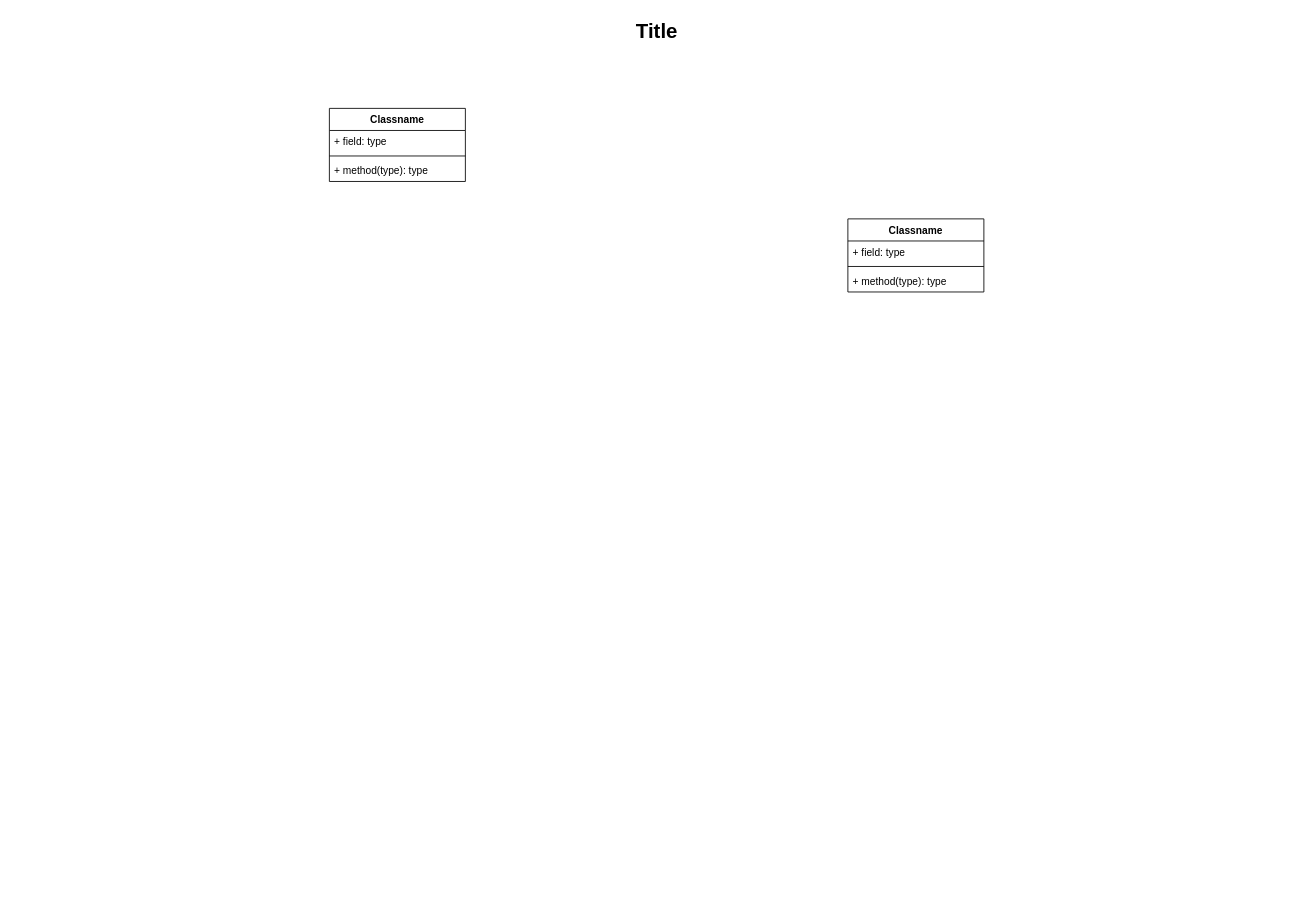
Earlier version of the draw.io diagram Model_De_Key.drawio (Barager/IS-design). Source tidied: cells renumbered, new cells numbered last; positions are measured from the earlier drawing's top-left corner, leaving out a move shared by most shapes. Both pictures are drawn from the tidied source at 85%, with x=0, y=0 at pixel (14, 14).
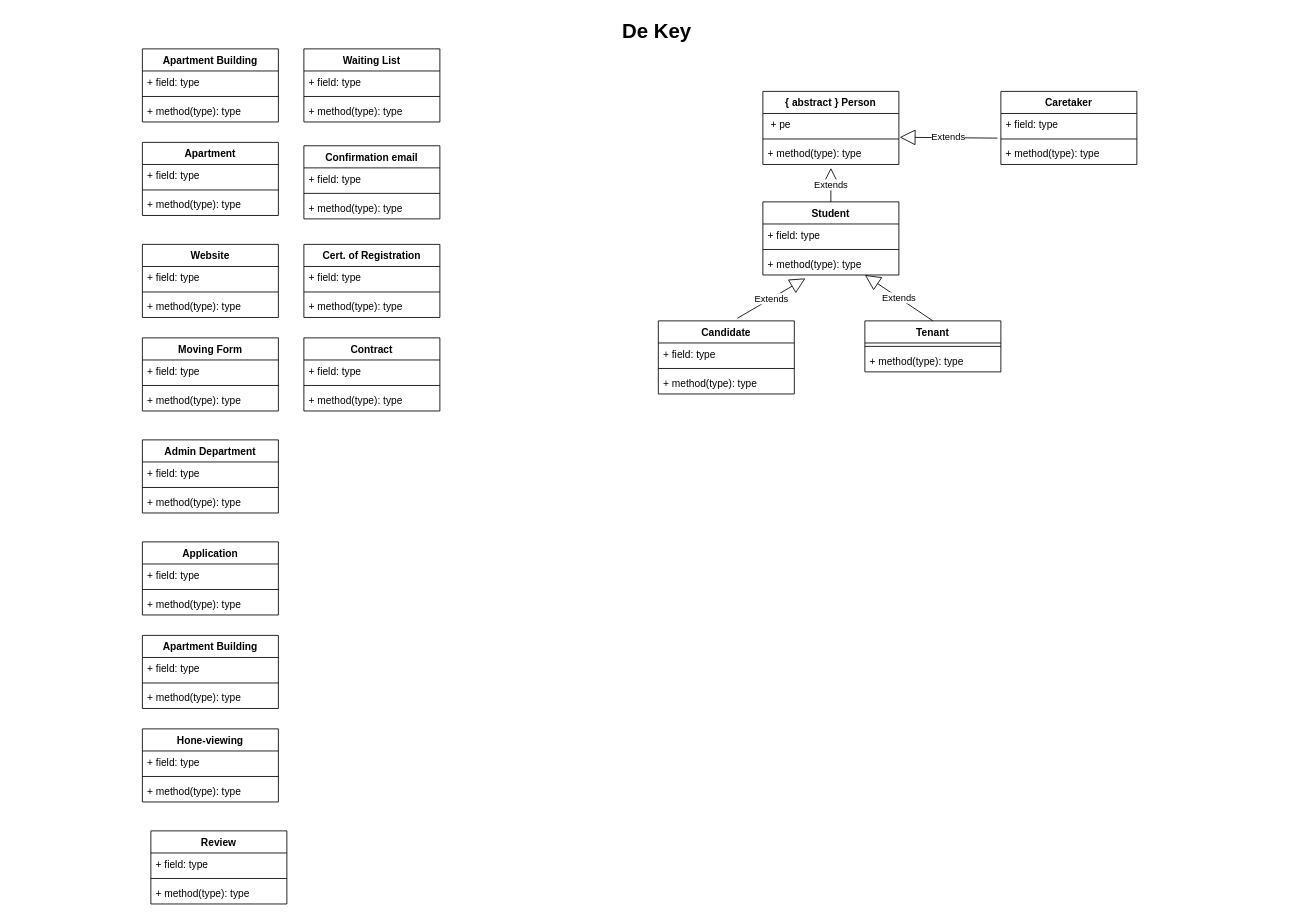
After the change.

The edit, as a diff of the source:
```diff
@@
-    <mxCell id="2" value="Title" style="text;strokeColor=none;fillColor=none;html=1;fontSize=24;fontStyle=1;verticalAlign=middle;align=center;" parent="1" vertex="1">
+    <mxCell id="2" value="De Key" style="text;strokeColor=none;fillColor=none;html=1;fontSize=24;fontStyle=1;verticalAlign=middle;align=center;" parent="1" vertex="1">
       <mxGeometry width="1510" height="40" as="geometry" />
     </mxCell>
-    <mxCell id="3" value="Classname" style="swimlane;fontStyle=1;align=center;verticalAlign=top;horizontal=1;startSize=26;" parent="1" vertex="1">
-      <mxGeometry x="370" y="110" width="160" height="86" as="geometry" />
+    <mxCell id="3" value="Apartment Building" style="swimlane;fontStyle=1;align=center;verticalAlign=top;horizontal=1;startSize=26;" parent="1" vertex="1">
+      <mxGeometry x="150" y="40" width="160" height="86" as="geometry" />
     </mxCell>
@@
-    <mxCell id="7" value="Classname" style="swimlane;fontStyle=1;align=center;verticalAlign=top;horizontal=1;startSize=26;" parent="1" vertex="1">
-      <mxGeometry x="980" y="240" width="160" height="86" as="geometry" />
+    <mxCell id="7" value="{ abstract } Person" style="swimlane;fontStyle=1;align=center;verticalAlign=top;horizontal=1;startSize=26;" parent="1" vertex="1">
+      <mxGeometry x="880" y="90" width="160" height="86" as="geometry" />
     </mxCell>
-    <mxCell id="8" value="+ field: type" style="text;strokeColor=none;fillColor=none;align=left;verticalAlign=top;spacingLeft=4;spacingRight=4;overflow=hidden;points=[[0,0.5],[1,0.5]];portConstraint=eastwest;" parent="7" vertex="1">
+    <mxCell id="8" value=" + pe" style="text;strokeColor=none;fillColor=none;align=left;verticalAlign=top;spacingLeft=4;spacingRight=4;overflow=hidden;points=[[0,0.5],[1,0.5]];portConstraint=eastwest;" parent="7" vertex="1">
       <mxGeometry y="26" width="160" height="26" as="geometry" />
     </mxCell>
@@
+    <mxCell id="11" value="Apartment" style="swimlane;fontStyle=1;align=center;verticalAlign=top;horizontal=1;startSize=26;" parent="1" vertex="1">
+      <mxGeometry x="150" y="150" width="160" height="86" as="geometry" />
+    </mxCell>
+    <mxCell id="12" value="+ field: type" style="text;strokeColor=none;fillColor=none;align=left;verticalAlign=top;spacingLeft=4;spacingRight=4;overflow=hidden;" parent="11" vertex="1">
+      <mxGeometry y="26" width="160" height="26" as="geometry" />
+    </mxCell>
+    <mxCell id="13" style="line;strokeWidth=1;fillColor=none;align=left;verticalAlign=middle;spacingTop=-1;spacingLeft=3;spacingRight=3;labelPosition=right;" parent="11" vertex="1">
+      <mxGeometry y="52" width="160" height="8" as="geometry" />
+    </mxCell>
+    <mxCell id="14" value="+ method(type): type" style="text;strokeColor=none;fillColor=none;align=left;verticalAlign=top;spacingLeft=4;spacingRight=4;overflow=hidden;" parent="11" vertex="1">
+      <mxGeometry y="60" width="160" height="26" as="geometry" />
+    </mxCell>
+    <mxCell id="15" value="Student" style="swimlane;fontStyle=1;align=center;verticalAlign=top;horizontal=1;startSize=26;" parent="1" vertex="1">
+      <mxGeometry x="880" y="220" width="160" height="86" as="geometry" />
+    </mxCell>
+    <mxCell id="16" value="+ field: type" style="text;strokeColor=none;fillColor=none;align=left;verticalAlign=top;spacingLeft=4;spacingRight=4;overflow=hidden;" parent="15" vertex="1">
+      <mxGeometry y="26" width="160" height="26" as="geometry" />
+    </mxCell>
+    <mxCell id="17" style="line;strokeWidth=1;fillColor=none;align=left;verticalAlign=middle;spacingTop=-1;spacingLeft=3;spacingRight=3;labelPosition=right;" parent="15" vertex="1">
+      <mxGeometry y="52" width="160" height="8" as="geometry" />
+    </mxCell>
+    <mxCell id="18" value="+ method(type): type" style="text;strokeColor=none;fillColor=none;align=left;verticalAlign=top;spacingLeft=4;spacingRight=4;overflow=hidden;points=[[0,0.5],[1,0.5]];portConstraint=eastwest;" parent="15" vertex="1">
+      <mxGeometry y="60" width="160" height="26" as="geometry" />
+    </mxCell>
+    <mxCell id="19" value="Website" style="swimlane;fontStyle=1;align=center;verticalAlign=top;horizontal=1;startSize=26;" parent="1" vertex="1">
+      <mxGeometry x="150" y="270" width="160" height="86" as="geometry" />
+    </mxCell>
+    <mxCell id="20" value="+ field: type" style="text;strokeColor=none;fillColor=none;align=left;verticalAlign=top;spacingLeft=4;spacingRight=4;overflow=hidden;" parent="19" vertex="1">
+      <mxGeometry y="26" width="160" height="26" as="geometry" />
+    </mxCell>
+    <mxCell id="21" style="line;strokeWidth=1;fillColor=none;align=left;verticalAlign=middle;spacingTop=-1;spacingLeft=3;spacingRight=3;labelPosition=right;" parent="19" vertex="1">
+      <mxGeometry y="52" width="160" height="8" as="geometry" />
+    </mxCell>
+    <mxCell id="22" value="+ method(type): type" style="text;strokeColor=none;fillColor=none;align=left;verticalAlign=top;spacingLeft=4;spacingRight=4;overflow=hidden;" parent="19" vertex="1">
+      <mxGeometry y="60" width="160" height="26" as="geometry" />
+    </mxCell>
+    <mxCell id="23" value="Candidate" style="swimlane;fontStyle=1;align=center;verticalAlign=top;horizontal=1;startSize=26;" parent="1" vertex="1">
+      <mxGeometry x="757" y="360" width="160" height="86" as="geometry" />
+    </mxCell>
+    <mxCell id="24" value="+ field: type" style="text;strokeColor=none;fillColor=none;align=left;verticalAlign=top;spacingLeft=4;spacingRight=4;overflow=hidden;" parent="23" vertex="1">
+      <mxGeometry y="26" width="160" height="26" as="geometry" />
+    </mxCell>
+    <mxCell id="25" style="line;strokeWidth=1;fillColor=none;align=left;verticalAlign=middle;spacingTop=-1;spacingLeft=3;spacingRight=3;labelPosition=right;" parent="23" vertex="1">
+      <mxGeometry y="52" width="160" height="8" as="geometry" />
+    </mxCell>
+    <mxCell id="26" value="+ method(type): type" style="text;strokeColor=none;fillColor=none;align=left;verticalAlign=top;spacingLeft=4;spacingRight=4;overflow=hidden;" parent="23" vertex="1">
+      <mxGeometry y="60" width="160" height="26" as="geometry" />
+    </mxCell>
+    <mxCell id="27" value="Moving Form" style="swimlane;fontStyle=1;align=center;verticalAlign=top;horizontal=1;startSize=26;" parent="1" vertex="1">
+      <mxGeometry x="150" y="380" width="160" height="86" as="geometry" />
+    </mxCell>
+    <mxCell id="28" value="+ field: type" style="text;strokeColor=none;fillColor=none;align=left;verticalAlign=top;spacingLeft=4;spacingRight=4;overflow=hidden;" parent="27" vertex="1">
+      <mxGeometry y="26" width="160" height="26" as="geometry" />
+    </mxCell>
+    <mxCell id="29" style="line;strokeWidth=1;fillColor=none;align=left;verticalAlign=middle;spacingTop=-1;spacingLeft=3;spacingRight=3;labelPosition=right;" parent="27" vertex="1">
+      <mxGeometry y="52" width="160" height="8" as="geometry" />
+    </mxCell>
+    <mxCell id="30" value="+ method(type): type" style="text;strokeColor=none;fillColor=none;align=left;verticalAlign=top;spacingLeft=4;spacingRight=4;overflow=hidden;" parent="27" vertex="1">
+      <mxGeometry y="60" width="160" height="26" as="geometry" />
+    </mxCell>
+    <mxCell id="31" value="Tenant" style="swimlane;fontStyle=1;align=center;verticalAlign=top;horizontal=1;startSize=26;" parent="1" vertex="1">
+      <mxGeometry x="1000" y="360" width="160" height="60" as="geometry" />
+    </mxCell>
+    <mxCell id="32" style="line;strokeWidth=1;fillColor=none;align=left;verticalAlign=middle;spacingTop=-1;spacingLeft=3;spacingRight=3;labelPosition=right;" parent="31" vertex="1">
+      <mxGeometry y="26" width="160" height="8" as="geometry" />
+    </mxCell>
+    <mxCell id="33" value="+ method(type): type" style="text;strokeColor=none;fillColor=none;align=left;verticalAlign=top;spacingLeft=4;spacingRight=4;overflow=hidden;" parent="31" vertex="1">
+      <mxGeometry y="34" width="160" height="26" as="geometry" />
+    </mxCell>
+    <mxCell id="34" value="Admin Department" style="swimlane;fontStyle=1;align=center;verticalAlign=top;horizontal=1;startSize=26;" parent="1" vertex="1">
+      <mxGeometry x="150" y="500" width="160" height="86" as="geometry" />
+    </mxCell>
+    <mxCell id="35" value="+ field: type" style="text;strokeColor=none;fillColor=none;align=left;verticalAlign=top;spacingLeft=4;spacingRight=4;overflow=hidden;" parent="34" vertex="1">
+      <mxGeometry y="26" width="160" height="26" as="geometry" />
+    </mxCell>
+    <mxCell id="36" style="line;strokeWidth=1;fillColor=none;align=left;verticalAlign=middle;spacingTop=-1;spacingLeft=3;spacingRight=3;labelPosition=right;" parent="34" vertex="1">
+      <mxGeometry y="52" width="160" height="8" as="geometry" />
+    </mxCell>
+    <mxCell id="37" value="+ method(type): type" style="text;strokeColor=none;fillColor=none;align=left;verticalAlign=top;spacingLeft=4;spacingRight=4;overflow=hidden;" parent="34" vertex="1">
+      <mxGeometry y="60" width="160" height="26" as="geometry" />
+    </mxCell>
+    <mxCell id="38" value="Caretaker" style="swimlane;fontStyle=1;align=center;verticalAlign=top;horizontal=1;startSize=26;" parent="1" vertex="1">
+      <mxGeometry x="1160" y="90" width="160" height="86" as="geometry" />
+    </mxCell>
+    <mxCell id="39" value="+ field: type" style="text;strokeColor=none;fillColor=none;align=left;verticalAlign=top;spacingLeft=4;spacingRight=4;overflow=hidden;points=[[0,0.5],[1,0.5]];portConstraint=eastwest;" parent="38" vertex="1">
+      <mxGeometry y="26" width="160" height="26" as="geometry" />
+    </mxCell>
+    <mxCell id="40" style="line;strokeWidth=1;fillColor=none;align=left;verticalAlign=middle;spacingTop=-1;spacingLeft=3;spacingRight=3;labelPosition=right;" parent="38" vertex="1">
+      <mxGeometry y="52" width="160" height="8" as="geometry" />
+    </mxCell>
+    <mxCell id="41" value="+ method(type): type" style="text;strokeColor=none;fillColor=none;align=left;verticalAlign=top;spacingLeft=4;spacingRight=4;overflow=hidden;" parent="38" vertex="1">
+      <mxGeometry y="60" width="160" height="26" as="geometry" />
+    </mxCell>
+    <mxCell id="42" value="Application" style="swimlane;fontStyle=1;align=center;verticalAlign=top;horizontal=1;startSize=26;" parent="1" vertex="1">
+      <mxGeometry x="150" y="620" width="160" height="86" as="geometry" />
+    </mxCell>
+    <mxCell id="43" value="+ field: type" style="text;strokeColor=none;fillColor=none;align=left;verticalAlign=top;spacingLeft=4;spacingRight=4;overflow=hidden;" parent="42" vertex="1">
+      <mxGeometry y="26" width="160" height="26" as="geometry" />
+    </mxCell>
+    <mxCell id="44" style="line;strokeWidth=1;fillColor=none;align=left;verticalAlign=middle;spacingTop=-1;spacingLeft=3;spacingRight=3;labelPosition=right;" parent="42" vertex="1">
+      <mxGeometry y="52" width="160" height="8" as="geometry" />
+    </mxCell>
+    <mxCell id="45" value="+ method(type): type" style="text;strokeColor=none;fillColor=none;align=left;verticalAlign=top;spacingLeft=4;spacingRight=4;overflow=hidden;" parent="42" vertex="1">
+      <mxGeometry y="60" width="160" height="26" as="geometry" />
+    </mxCell>
+    <mxCell id="46" value="Extends" style="endArrow=block;endSize=16;endFill=0;html=1;rounded=0;entryX=1.006;entryY=1.077;entryDx=0;entryDy=0;entryPerimeter=0;exitX=-0.025;exitY=1.115;exitDx=0;exitDy=0;exitPerimeter=0;" parent="1" edge="1" source="39" target="8">
+      <mxGeometry relative="1" as="geometry" />
+    </mxCell>
+    <mxCell id="47" value="Apartment Building" style="swimlane;fontStyle=1;align=center;verticalAlign=top;horizontal=1;startSize=26;" parent="1" vertex="1">
+      <mxGeometry x="150" y="730" width="160" height="86" as="geometry" />
+    </mxCell>
+    <mxCell id="48" value="+ field: type" style="text;strokeColor=none;fillColor=none;align=left;verticalAlign=top;spacingLeft=4;spacingRight=4;overflow=hidden;" parent="47" vertex="1">
+      <mxGeometry y="26" width="160" height="26" as="geometry" />
+    </mxCell>
+    <mxCell id="49" style="line;strokeWidth=1;fillColor=none;align=left;verticalAlign=middle;spacingTop=-1;spacingLeft=3;spacingRight=3;labelPosition=right;" parent="47" vertex="1">
+      <mxGeometry y="52" width="160" height="8" as="geometry" />
+    </mxCell>
+    <mxCell id="50" value="+ method(type): type" style="text;strokeColor=none;fillColor=none;align=left;verticalAlign=top;spacingLeft=4;spacingRight=4;overflow=hidden;" parent="47" vertex="1">
+      <mxGeometry y="60" width="160" height="26" as="geometry" />
+    </mxCell>
+    <mxCell id="51" value="Extends" style="endArrow=block;endSize=16;endFill=0;html=1;rounded=0;entryX=0.75;entryY=1;entryDx=0;entryDy=0;exitX=0.5;exitY=0;exitDx=0;exitDy=0;" parent="1" edge="1" source="31" target="15">
+      <mxGeometry relative="1" as="geometry" />
+    </mxCell>
+    <mxCell id="52" value="Hone-viewing" style="swimlane;fontStyle=1;align=center;verticalAlign=top;horizontal=1;startSize=26;" parent="1" vertex="1">
+      <mxGeometry x="150" y="840" width="160" height="86" as="geometry" />
+    </mxCell>
+    <mxCell id="53" value="+ field: type" style="text;strokeColor=none;fillColor=none;align=left;verticalAlign=top;spacingLeft=4;spacingRight=4;overflow=hidden;" parent="52" vertex="1">
+      <mxGeometry y="26" width="160" height="26" as="geometry" />
+    </mxCell>
+    <mxCell id="54" style="line;strokeWidth=1;fillColor=none;align=left;verticalAlign=middle;spacingTop=-1;spacingLeft=3;spacingRight=3;labelPosition=right;" parent="52" vertex="1">
+      <mxGeometry y="52" width="160" height="8" as="geometry" />
+    </mxCell>
+    <mxCell id="55" value="+ method(type): type" style="text;strokeColor=none;fillColor=none;align=left;verticalAlign=top;spacingLeft=4;spacingRight=4;overflow=hidden;" parent="52" vertex="1">
+      <mxGeometry y="60" width="160" height="26" as="geometry" />
+    </mxCell>
+    <mxCell id="56" value="Extends" style="endArrow=block;endSize=16;endFill=0;html=1;rounded=0;entryX=0.313;entryY=1.154;entryDx=0;entryDy=0;exitX=0.581;exitY=-0.035;exitDx=0;exitDy=0;entryPerimeter=0;exitPerimeter=0;" parent="1" edge="1" source="23" target="18">
+      <mxGeometry relative="1" as="geometry" />
+    </mxCell>
+    <mxCell id="57" value="Review" style="swimlane;fontStyle=1;align=center;verticalAlign=top;horizontal=1;startSize=26;" parent="1" vertex="1">
+      <mxGeometry x="160" y="960" width="160" height="86" as="geometry" />
+    </mxCell>
+    <mxCell id="58" value="+ field: type" style="text;strokeColor=none;fillColor=none;align=left;verticalAlign=top;spacingLeft=4;spacingRight=4;overflow=hidden;" parent="57" vertex="1">
+      <mxGeometry y="26" width="160" height="26" as="geometry" />
+    </mxCell>
+    <mxCell id="59" style="line;strokeWidth=1;fillColor=none;align=left;verticalAlign=middle;spacingTop=-1;spacingLeft=3;spacingRight=3;labelPosition=right;" parent="57" vertex="1">
+      <mxGeometry y="52" width="160" height="8" as="geometry" />
+    </mxCell>
+    <mxCell id="60" value="+ method(type): type" style="text;strokeColor=none;fillColor=none;align=left;verticalAlign=top;spacingLeft=4;spacingRight=4;overflow=hidden;" parent="57" vertex="1">
+      <mxGeometry y="60" width="160" height="26" as="geometry" />
+    </mxCell>
+    <mxCell id="61" value="Extends" style="endArrow=block;endSize=16;endFill=0;html=1;rounded=0;exitX=0.5;exitY=0;exitDx=0;exitDy=0;" parent="1" edge="1" source="15">
+      <mxGeometry relative="1" as="geometry">
+        <mxPoint x="960" y="180" as="targetPoint" />
+      </mxGeometry>
+    </mxCell>
+    <mxCell id="62" value="Waiting List" style="swimlane;fontStyle=1;align=center;verticalAlign=top;horizontal=1;startSize=26;" parent="1" vertex="1">
+      <mxGeometry x="340" y="40" width="160" height="86" as="geometry" />
+    </mxCell>
+    <mxCell id="63" value="+ field: type" style="text;strokeColor=none;fillColor=none;align=left;verticalAlign=top;spacingLeft=4;spacingRight=4;overflow=hidden;" parent="62" vertex="1">
+      <mxGeometry y="26" width="160" height="26" as="geometry" />
+    </mxCell>
+    <mxCell id="64" style="line;strokeWidth=1;fillColor=none;align=left;verticalAlign=middle;spacingTop=-1;spacingLeft=3;spacingRight=3;labelPosition=right;" parent="62" vertex="1">
+      <mxGeometry y="52" width="160" height="8" as="geometry" />
+    </mxCell>
+    <mxCell id="65" value="+ method(type): type" style="text;strokeColor=none;fillColor=none;align=left;verticalAlign=top;spacingLeft=4;spacingRight=4;overflow=hidden;" parent="62" vertex="1">
+      <mxGeometry y="60" width="160" height="26" as="geometry" />
+    </mxCell>
+    <mxCell id="66" value="Confirmation email" style="swimlane;fontStyle=1;align=center;verticalAlign=top;horizontal=1;startSize=26;" parent="1" vertex="1">
+      <mxGeometry x="340" y="154" width="160" height="86" as="geometry" />
+    </mxCell>
+    <mxCell id="67" value="+ field: type" style="text;strokeColor=none;fillColor=none;align=left;verticalAlign=top;spacingLeft=4;spacingRight=4;overflow=hidden;" parent="66" vertex="1">
+      <mxGeometry y="26" width="160" height="26" as="geometry" />
+    </mxCell>
+    <mxCell id="68" style="line;strokeWidth=1;fillColor=none;align=left;verticalAlign=middle;spacingTop=-1;spacingLeft=3;spacingRight=3;labelPosition=right;" parent="66" vertex="1">
+      <mxGeometry y="52" width="160" height="8" as="geometry" />
+    </mxCell>
+    <mxCell id="69" value="+ method(type): type" style="text;strokeColor=none;fillColor=none;align=left;verticalAlign=top;spacingLeft=4;spacingRight=4;overflow=hidden;" parent="66" vertex="1">
+      <mxGeometry y="60" width="160" height="26" as="geometry" />
+    </mxCell>
+    <mxCell id="70" value="Cert. of Registration" style="swimlane;fontStyle=1;align=center;verticalAlign=top;horizontal=1;startSize=26;" parent="1" vertex="1">
+      <mxGeometry x="340" y="270" width="160" height="86" as="geometry" />
+    </mxCell>
+    <mxCell id="71" value="+ field: type" style="text;strokeColor=none;fillColor=none;align=left;verticalAlign=top;spacingLeft=4;spacingRight=4;overflow=hidden;" parent="70" vertex="1">
+      <mxGeometry y="26" width="160" height="26" as="geometry" />
+    </mxCell>
+    <mxCell id="72" style="line;strokeWidth=1;fillColor=none;align=left;verticalAlign=middle;spacingTop=-1;spacingLeft=3;spacingRight=3;labelPosition=right;" parent="70" vertex="1">
+      <mxGeometry y="52" width="160" height="8" as="geometry" />
+    </mxCell>
+    <mxCell id="73" value="+ method(type): type" style="text;strokeColor=none;fillColor=none;align=left;verticalAlign=top;spacingLeft=4;spacingRight=4;overflow=hidden;" parent="70" vertex="1">
+      <mxGeometry y="60" width="160" height="26" as="geometry" />
+    </mxCell>
+    <mxCell id="74" value="Contract" style="swimlane;fontStyle=1;align=center;verticalAlign=top;horizontal=1;startSize=26;" parent="1" vertex="1">
+      <mxGeometry x="340" y="380" width="160" height="86" as="geometry" />
+    </mxCell>
+    <mxCell id="75" value="+ field: type" style="text;strokeColor=none;fillColor=none;align=left;verticalAlign=top;spacingLeft=4;spacingRight=4;overflow=hidden;" parent="74" vertex="1">
+      <mxGeometry y="26" width="160" height="26" as="geometry" />
+    </mxCell>
+    <mxCell id="76" style="line;strokeWidth=1;fillColor=none;align=left;verticalAlign=middle;spacingTop=-1;spacingLeft=3;spacingRight=3;labelPosition=right;" parent="74" vertex="1">
+      <mxGeometry y="52" width="160" height="8" as="geometry" />
+    </mxCell>
+    <mxCell id="77" value="+ method(type): type" style="text;strokeColor=none;fillColor=none;align=left;verticalAlign=top;spacingLeft=4;spacingRight=4;overflow=hidden;" parent="74" vertex="1">
+      <mxGeometry y="60" width="160" height="26" as="geometry" />
+    </mxCell>
```
